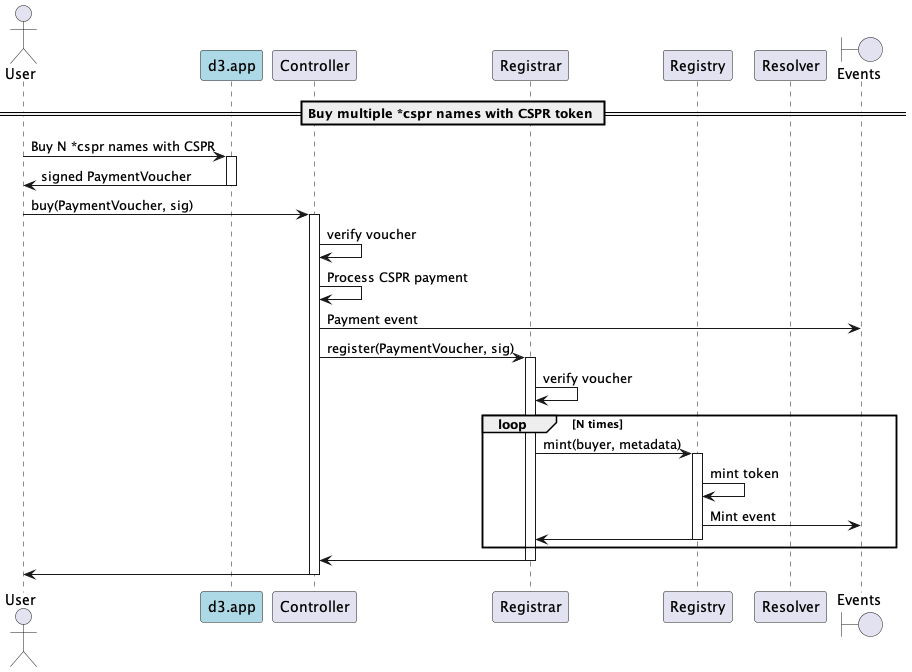
The PlantUML diagram docs/sequence-diagrams/puml/onchain-multiple-purchase.png in make-software/cspr-name-contracts, before a commit. Source of this version:
```plantuml
@startuml

actor User
participant "d3.app" as d3 #lightblue
participant "Controller"
participant "Registrar"
participant "Registry"
participant "Resolver"
boundary "Events"

== Buy multiple *cspr names with CSPR token ==

User -> d3: Buy N *cspr names with CSPR
activate d3
d3 -> User: signed PaymentVoucher
deactivate d3

User -> Controller: buy(PaymentVoucher, sig)
activate Controller
Controller -> Controller: verify voucher
Controller -> Controller: Process CSPR payment
Controller -> "Events": Payment event
Controller -> Registrar: register(PaymentVoucher, sig)
activate Registrar
Registrar -> Registrar: verify voucher
    loop N times
        Registrar -> Registry: mint(buyer, metadata)
        activate Registry
        Registry -> Registry: mint token
        Registry -> "Events": Mint event
        Registry -> Registrar
        deactivate Registry
    end loop
Registrar -> Controller
deactivate Registrar
Controller -> User
deactivate Controller

@enduml
```
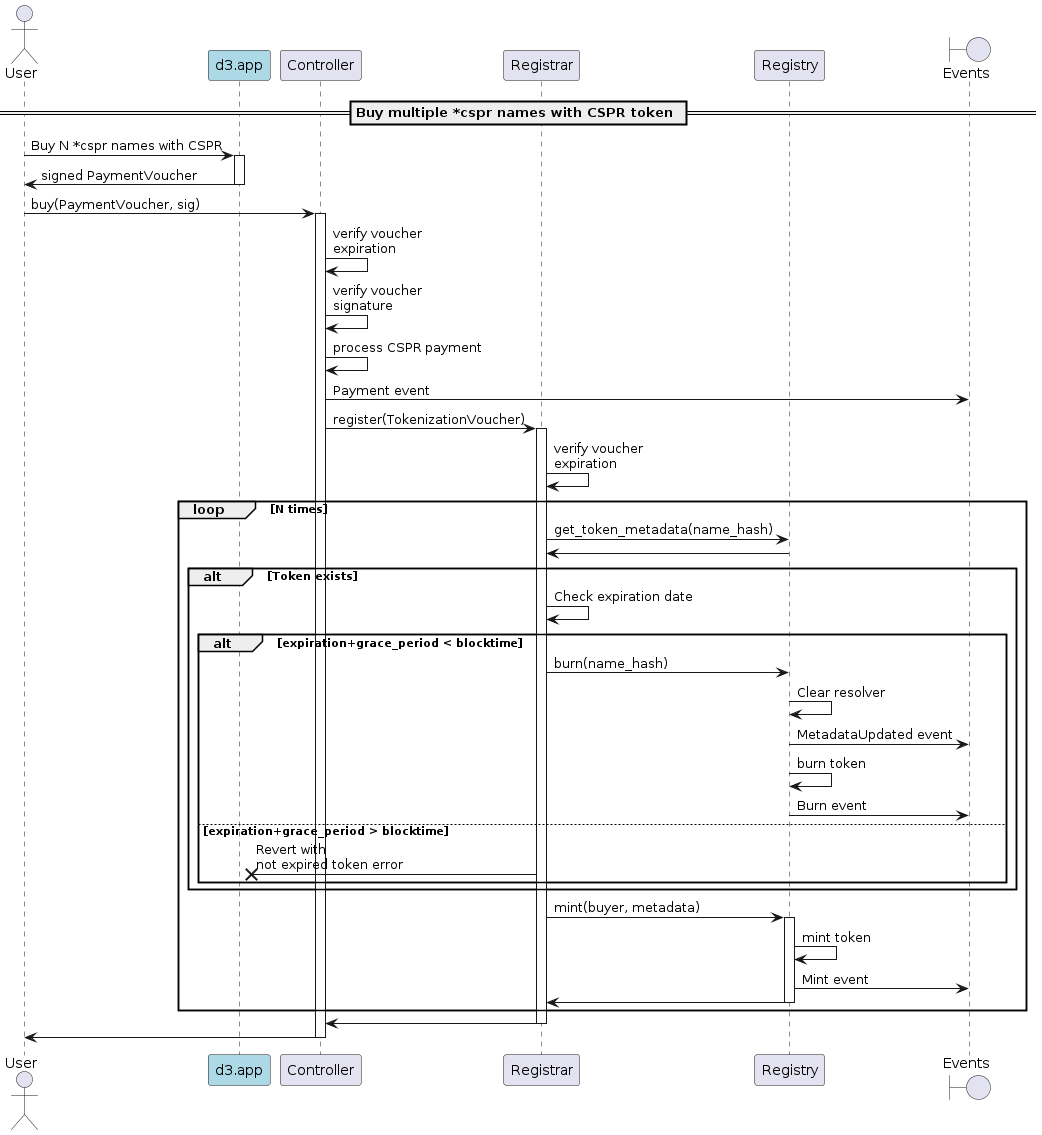
The same file after the commit.

What changed in the source:
```diff
@@ -5,7 +5,6 @@
 participant "Controller"
 participant "Registrar"
 participant "Registry"
-participant "Resolver"
 boundary "Events"
 
 == Buy multiple *cspr names with CSPR token ==
@@ -17,13 +16,28 @@
 
 User -> Controller: buy(PaymentVoucher, sig)
 activate Controller
-Controller -> Controller: verify voucher
-Controller -> Controller: Process CSPR payment
+Controller -> Controller: verify voucher\nexpiration
+Controller -> Controller: verify voucher\nsignature
+Controller -> Controller: process CSPR payment
 Controller -> "Events": Payment event
-Controller -> Registrar: register(PaymentVoucher, sig)
+Controller -> Registrar: register(TokenizationVoucher)
 activate Registrar
-Registrar -> Registrar: verify voucher
+Registrar -> Registrar: verify voucher\nexpiration
     loop N times
+        Registrar -> Registry: get_token_metadata(name_hash)
+        Registry -> Registrar
+        alt Token exists
+            Registrar -> Registrar: Check expiration date
+            alt expiration+grace_period < blocktime
+                Registrar -> Registry: burn(name_hash)
+                Registry -> Registry: Clear resolver
+                Registry -> "Events": MetadataUpdated event
+                Registry -> Registry: burn token
+                Registry -> "Events": Burn event
+            else expiration+grace_period > blocktime
+                Registrar ->x d3: Revert with\nnot expired token error
+            end
+        end
         Registrar -> Registry: mint(buyer, metadata)
         activate Registry
         Registry -> Registry: mint token
```
